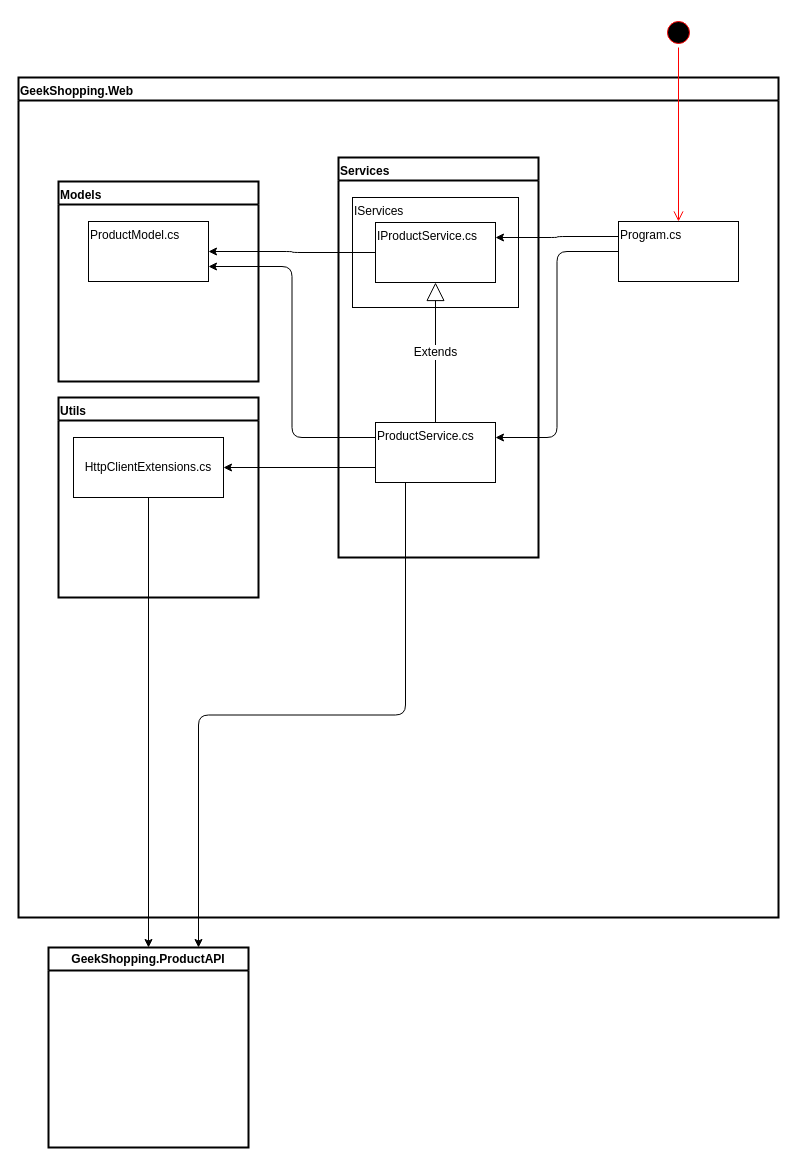
Earlier version of the draw.io diagram GeekShopping/Docs/GeekShopping.Web.drawio (giovanesd/erudio-microservices-dotnet6). Source tidied: cells renumbered, new cells numbered last; positions are measured from the earlier drawing's top-left corner, leaving out a move shared by most shapes. Both pictures are drawn from the tidied source at 100%, with x=0, y=0 at pixel (18, 17).
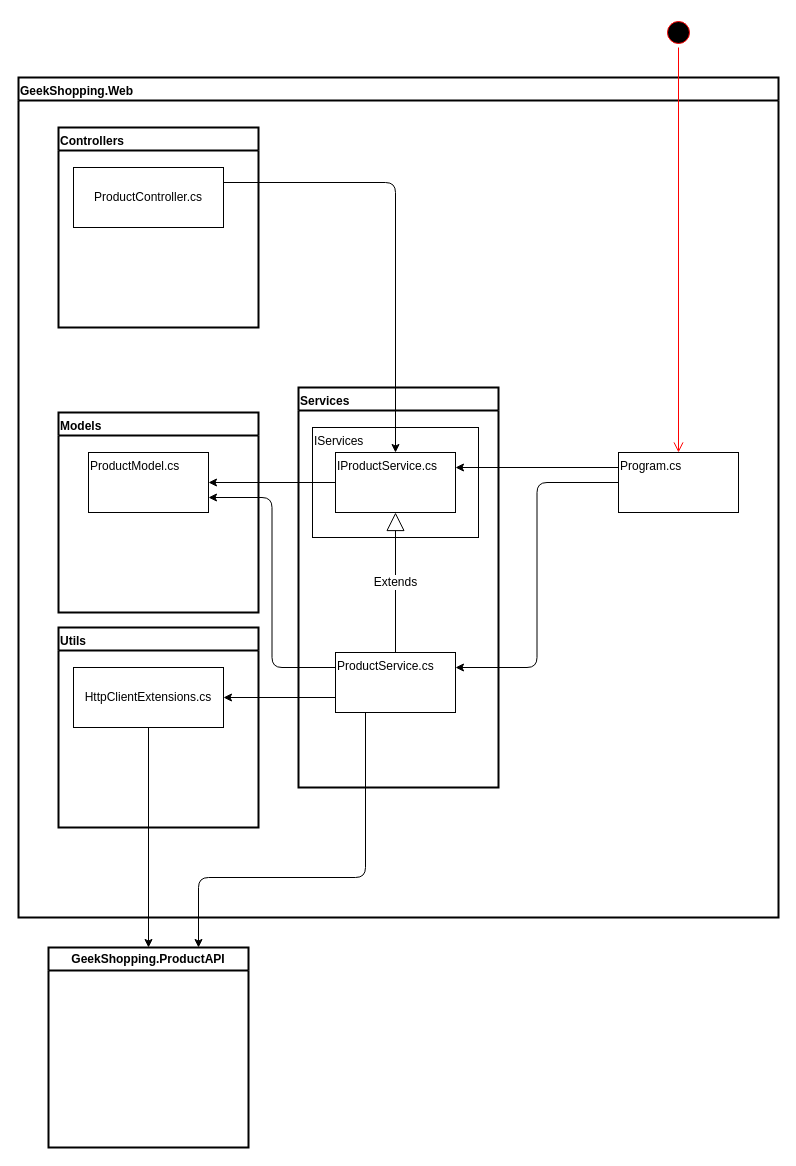
After the change.

Unchanged cells that the change refers to:
```xml
<mxCell id="2" value="GeekShopping.Web" style="swimlane;whiteSpace=wrap;html=1;align=left;verticalAlign=top;strokeWidth=2;" parent="1" vertex="1">
  <mxGeometry y="60" width="760" height="840" as="geometry" />
</mxCell>
<mxCell id="7" value="IProductService.cs" style="rounded=0;whiteSpace=wrap;html=1;strokeColor=default;fontFamily=Helvetica;fontSize=12;fontColor=default;startSize=23;fillColor=default;verticalAlign=top;align=left;" parent="5" vertex="1">
  <mxGeometry x="37" y="65" width="120" height="60" as="geometry" />
</mxCell>
<mxCell id="8" value="ProductService.cs" style="rounded=0;whiteSpace=wrap;html=1;strokeColor=default;fontFamily=Helvetica;fontSize=12;fontColor=default;startSize=23;fillColor=default;align=left;verticalAlign=top;" parent="5" vertex="1">
  <mxGeometry x="37" y="265" width="120" height="60" as="geometry" />
</mxCell>
<mxCell id="18" value="GeekShopping.ProductAPI" style="swimlane;whiteSpace=wrap;html=1;rounded=0;strokeColor=default;fontFamily=Helvetica;fontSize=12;fontColor=default;startSize=23;fillColor=default;strokeWidth=2;" parent="1" vertex="1">
  <mxGeometry x="30" y="930" width="200" height="200" as="geometry" />
</mxCell>
```

Diff of the diagram source:
```diff
@@
     <mxCell id="3" value="Models" style="swimlane;whiteSpace=wrap;html=1;align=left;verticalAlign=top;strokeWidth=2;" parent="2" vertex="1">
-      <mxGeometry x="40" y="104" width="200" height="200" as="geometry" />
+      <mxGeometry x="40" y="335" width="200" height="200" as="geometry" />
     </mxCell>
@@
     <mxCell id="5" value="Services" style="swimlane;whiteSpace=wrap;html=1;align=left;verticalAlign=top;strokeWidth=2;" parent="2" vertex="1">
-      <mxGeometry x="320" y="80" width="200" height="400" as="geometry" />
+      <mxGeometry x="280" y="310" width="200" height="400" as="geometry" />
     </mxCell>
@@
     <mxCell id="10" value="Utils" style="swimlane;whiteSpace=wrap;html=1;rounded=0;strokeColor=default;fontFamily=Helvetica;fontSize=12;fontColor=default;startSize=23;fillColor=default;align=left;verticalAlign=top;strokeWidth=2;" parent="2" vertex="1">
-      <mxGeometry x="40" y="320" width="200" height="200" as="geometry" />
+      <mxGeometry x="40" y="550" width="200" height="200" as="geometry" />
     </mxCell>
@@
     <mxCell id="17" value="Program.cs" style="rounded=0;whiteSpace=wrap;html=1;strokeColor=default;fontFamily=Helvetica;fontSize=12;fontColor=default;startSize=23;fillColor=default;align=left;verticalAlign=top;" parent="2" vertex="1">
-      <mxGeometry x="600" y="144" width="120" height="60" as="geometry" />
+      <mxGeometry x="600" y="375" width="120" height="60" as="geometry" />
     </mxCell>
+    <mxCell id="23" value="Controllers" style="swimlane;whiteSpace=wrap;html=1;rounded=0;strokeColor=default;fontFamily=Helvetica;fontSize=12;fontColor=default;startSize=23;fillColor=default;align=left;verticalAlign=top;strokeWidth=2;" parent="2" vertex="1">
+      <mxGeometry x="40" y="50" width="200" height="200" as="geometry" />
+    </mxCell>
+    <mxCell id="24" value="ProductController.cs" style="rounded=0;whiteSpace=wrap;html=1;strokeColor=default;fontFamily=Helvetica;fontSize=12;fontColor=default;startSize=23;fillColor=default;" parent="23" vertex="1">
+      <mxGeometry x="15" y="40" width="150" height="60" as="geometry" />
+    </mxCell>
+    <mxCell id="25" style="edgeStyle=orthogonalEdgeStyle;rounded=1;jettySize=auto;html=1;exitX=1;exitY=0.25;exitDx=0;exitDy=0;fontFamily=Helvetica;fontSize=12;fontColor=default;startSize=23;entryX=0.5;entryY=0;entryDx=0;entryDy=0;" parent="2" edge="1" source="24" target="7">
+      <mxGeometry relative="1" as="geometry" />
+    </mxCell>
@@
     <mxCell id="20" style="edgeStyle=orthogonalEdgeStyle;rounded=1;jettySize=auto;html=1;exitX=0.25;exitY=1;exitDx=0;exitDy=0;entryX=0.75;entryY=0;entryDx=0;entryDy=0;fontFamily=Helvetica;fontSize=12;fontColor=default;startSize=23;" parent="1" edge="1" source="8" target="18">
-      <mxGeometry relative="1" as="geometry" />
+      <mxGeometry relative="1" as="geometry">
+        <Array as="points">
+          <mxPoint x="347" y="860" />
+          <mxPoint x="180" y="860" />
+        </Array>
+      </mxGeometry>
     </mxCell>
```
